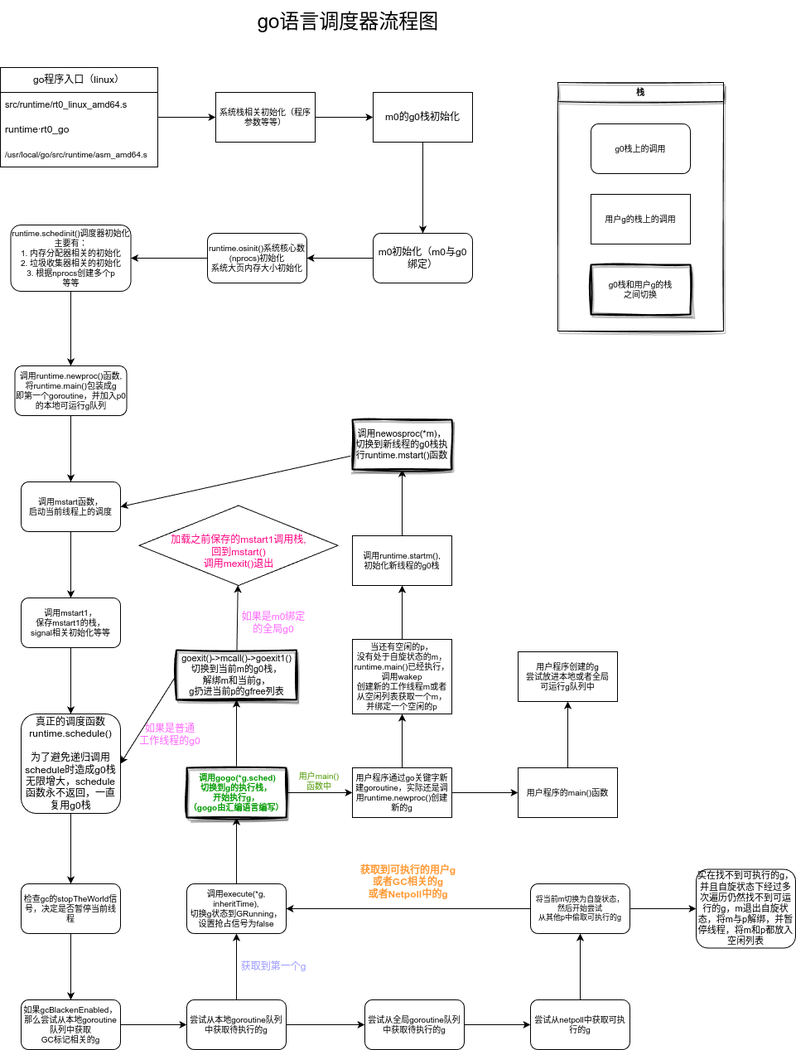
Above: go_sched.png in moqsien/img_repo (draw.io), before the change. Source tidied: cells renumbered, new cells last; positions are measured from the earlier drawing's top-left corner, leaving out a move shared by most shapes.
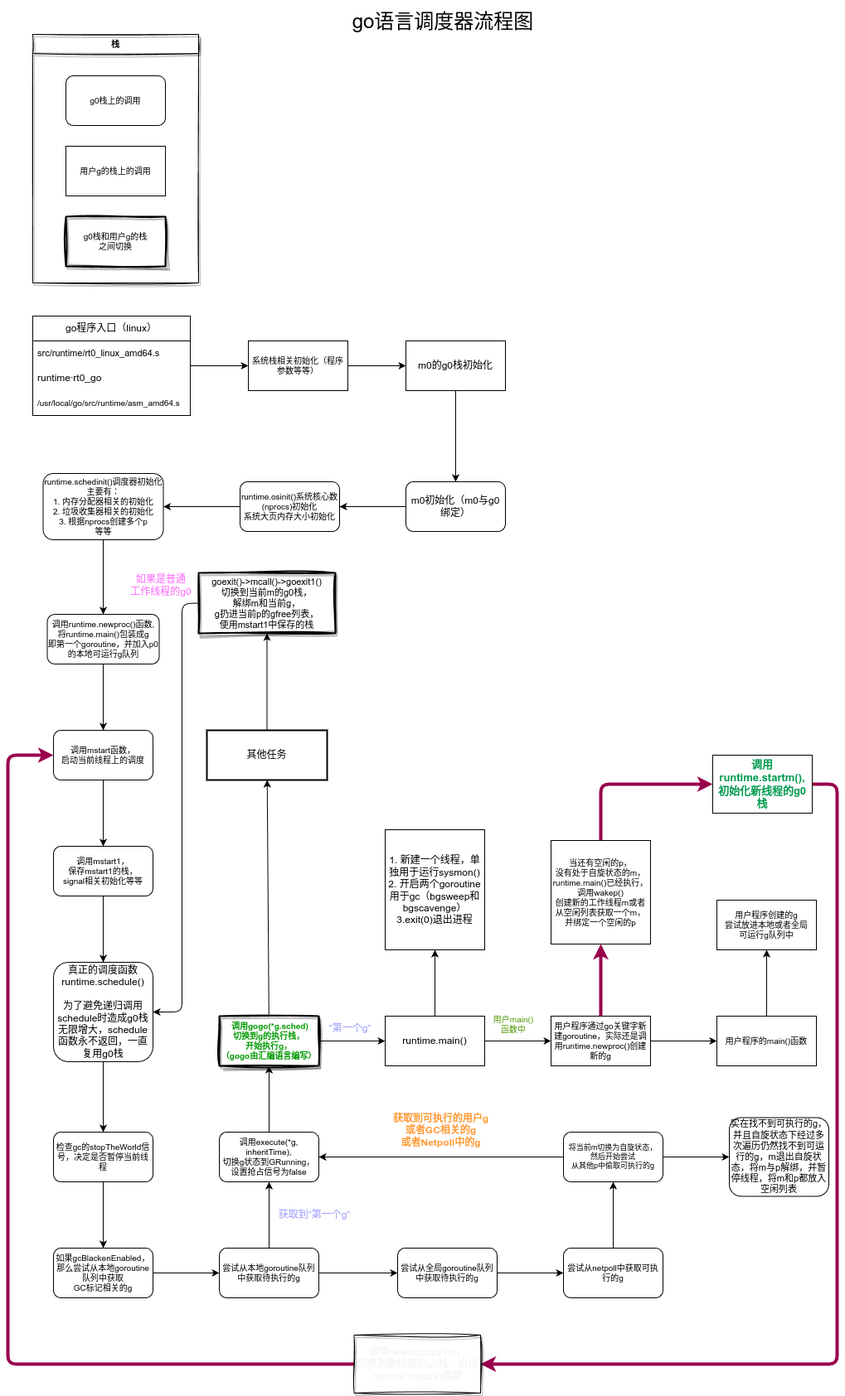
The same file after the commit.

The edit, as a diff of the source:
```diff
@@ -89,8 +89,8 @@
     <mxCell id="30" value="&lt;font style=&quot;font-size: 10px;&quot;&gt;&amp;nbsp;调用gogo(*g.sched)&lt;br style=&quot;font-size: 10px;&quot;&gt;切换到g的执行栈，&lt;br style=&quot;font-size: 10px;&quot;&gt;开始执行g，&lt;br style=&quot;font-size: 10px;&quot;&gt;（gogo由汇编语言编写）&lt;br style=&quot;font-size: 10px;&quot;&gt;&lt;/font&gt;" style="whiteSpace=wrap;html=1;fontSize=10;fontStyle=1;startSize=30;rounded=0;glass=0;sketch=1;curveFitting=1;jiggle=2;shadow=1;strokeWidth=2;fontColor=#009900;" parent="1" vertex="1">
       <mxGeometry x="225" y="925" width="120" height="60" as="geometry" />
     </mxCell>
-    <mxCell id="31" value="&lt;font style=&quot;font-size: 12px;&quot;&gt;获取到第一个g&lt;/font&gt;" style="text;html=1;strokeColor=none;fillColor=none;align=center;verticalAlign=middle;whiteSpace=wrap;rounded=0;fontSize=9;fontColor=#9999FF;" parent="1" vertex="1">
-      <mxGeometry x="280" y="1150" width="100" height="30" as="geometry" />
+    <mxCell id="31" value="&lt;font style=&quot;font-size: 12px;&quot;&gt;获取到“第一个g”&lt;/font&gt;" style="text;html=1;strokeColor=none;fillColor=none;align=center;verticalAlign=middle;whiteSpace=wrap;rounded=0;fontSize=9;fontColor=#9999FF;" parent="1" vertex="1">
+      <mxGeometry x="290" y="1150" width="100" height="30" as="geometry" />
     </mxCell>
     <mxCell id="32" value="&lt;font&gt;获取到可执行的用户g&lt;br&gt;或者GC相关的g&lt;br&gt;或者Netpoll中的g&lt;/font&gt;" style="text;html=1;strokeColor=none;fillColor=none;align=center;verticalAlign=middle;whiteSpace=wrap;rounded=0;fontSize=12;fontColor=#FF9933;fontStyle=1;" parent="1" vertex="1">
       <mxGeometry x="425" y="1040" width="135" height="46" as="geometry" />
@@ -116,47 +116,26 @@
     <mxCell id="39" style="edgeStyle=none;html=1;fontSize=11;" parent="1" edge="1" source="41" target="43">
       <mxGeometry relative="1" as="geometry" />
     </mxCell>
-    <mxCell id="40" style="edgeStyle=none;html=1;fontSize=11;" parent="1" edge="1" source="41" target="46">
-      <mxGeometry relative="1" as="geometry" />
-    </mxCell>
+    <mxCell id="71" style="edgeStyle=orthogonalEdgeStyle;html=1;fontSize=12;fontColor=#4D9900;" parent="1" edge="1" source="41" target="81">
+      <mxGeometry relative="1" as="geometry" />
+    </mxCell>
-    <mxCell id="41" value="&lt;span style=&quot;font-size: 10px;&quot;&gt;用户程序通过go关键字新建goroutine，实际还是调用runtime.newproc()创建新的g&lt;/span&gt;" style="whiteSpace=wrap;html=1;fontSize=7;fontStyle=0;startSize=30;" parent="1" vertex="1">
+    <mxCell id="41" value="&lt;font style=&quot;font-size: 12px;&quot;&gt;runtime.main()&lt;/font&gt;" style="whiteSpace=wrap;html=1;fontSize=7;fontStyle=0;startSize=30;" parent="1" vertex="1">
       <mxGeometry x="425" y="925" width="120" height="60" as="geometry" />
     </mxCell>
-    <mxCell id="42" style="edgeStyle=none;html=1;fontSize=11;" parent="1" edge="1" source="43" target="44">
-      <mxGeometry relative="1" as="geometry" />
-    </mxCell>
+    <mxCell id="72" style="edgeStyle=orthogonalEdgeStyle;html=1;fontSize=12;fontColor=#4D9900;" parent="1" edge="1" source="43" target="78">
+      <mxGeometry relative="1" as="geometry" />
+    </mxCell>
+    <mxCell id="73" style="edgeStyle=orthogonalEdgeStyle;html=1;fontSize=12;fontColor=#4D9900;strokeColor=#99004D;strokeWidth=4;" parent="1" edge="1" source="43" target="80">
+      <mxGeometry relative="1" as="geometry" />
+    </mxCell>
-    <mxCell id="43" value="&lt;span style=&quot;font-size: 10px;&quot;&gt;用户程序的main()函数&lt;/span&gt;" style="whiteSpace=wrap;html=1;fontSize=7;fontStyle=0;startSize=30;" parent="1" vertex="1">
+    <mxCell id="43" value="&lt;span style=&quot;font-size: 10px;&quot;&gt;用户程序通过go关键字新建goroutine，实际还是调用runtime.newproc()创建新的g&lt;/span&gt;" style="whiteSpace=wrap;html=1;fontSize=7;fontStyle=0;startSize=30;" parent="1" vertex="1">
       <mxGeometry x="625" y="925" width="120" height="60" as="geometry" />
     </mxCell>
-    <mxCell id="44" value="&lt;span style=&quot;font-size: 10px;&quot;&gt;用户程序创建的g&lt;/span&gt;&lt;br style=&quot;font-size: 10px;&quot;&gt;&lt;span style=&quot;font-size: 10px;&quot;&gt;尝试放进&lt;/span&gt;&lt;span style=&quot;font-size: 10px;&quot;&gt;本地或者全局&lt;br&gt;可运行g队列中&lt;/span&gt;" style="whiteSpace=wrap;html=1;fontSize=7;fontStyle=0;startSize=30;" parent="1" vertex="1">
-      <mxGeometry x="625" y="785" width="120" height="60" as="geometry" />
-    </mxCell>
-    <mxCell id="45" style="edgeStyle=none;html=1;fontSize=11;" parent="1" edge="1" source="46" target="48">
-      <mxGeometry relative="1" as="geometry" />
-    </mxCell>
-    <mxCell id="46" value="&lt;font style=&quot;font-size: 10px;&quot;&gt;当还有空闲的p，&lt;br style=&quot;&quot;&gt;没有处于自旋状态的m，&lt;br style=&quot;&quot;&gt;runtime.main()已经执行，&lt;br style=&quot;&quot;&gt;调用wakep&lt;br&gt;创建新的工作线程m或者从空闲列表获取一个m，并绑定一个空闲的p&lt;/font&gt;" style="whiteSpace=wrap;html=1;fontSize=7;fontStyle=0;startSize=30;" parent="1" vertex="1">
-      <mxGeometry x="425" y="770" width="120" height="90" as="geometry" />
-    </mxCell>
-    <mxCell id="47" style="edgeStyle=none;html=1;fontSize=11;" parent="1" edge="1" source="48" target="50">
-      <mxGeometry relative="1" as="geometry" />
-    </mxCell>
-    <mxCell id="48" value="&lt;span style=&quot;font-size: 10px;&quot;&gt;调用runtime.startm(),&lt;/span&gt;&lt;br style=&quot;font-size: 10px;&quot;&gt;&lt;span style=&quot;font-size: 10px;&quot;&gt;初始化新线程的g0栈&lt;/span&gt;" style="whiteSpace=wrap;html=1;fontSize=7;fontStyle=0;startSize=30;" parent="1" vertex="1">
-      <mxGeometry x="425" y="645" width="120" height="60" as="geometry" />
-    </mxCell>
-    <mxCell id="49" style="edgeStyle=none;html=1;entryX=1;entryY=0.5;entryDx=0;entryDy=0;fontSize=11;" parent="1" edge="1" source="50" target="12">
-      <mxGeometry relative="1" as="geometry" />
-    </mxCell>
-    <mxCell id="50" value="&lt;span style=&quot;font-size: 11px;&quot;&gt;调用newosproc(*m)，&lt;/span&gt;&lt;br style=&quot;font-size: 11px;&quot;&gt;&lt;span style=&quot;font-size: 11px;&quot;&gt;切换到新线程的g0栈执行runtime.mstart()函数&lt;/span&gt;" style="whiteSpace=wrap;html=1;fontSize=7;fontStyle=0;startSize=30;sketch=1;curveFitting=1;jiggle=2;shadow=1;strokeWidth=2;" parent="1" vertex="1">
-      <mxGeometry x="425" y="505" width="120" height="60" as="geometry" />
-    </mxCell>
-    <mxCell id="51" style="edgeStyle=none;html=1;exitX=0;exitY=0.5;exitDx=0;exitDy=0;entryX=1;entryY=0.5;entryDx=0;entryDy=0;fontSize=10;" parent="1" edge="1" source="53" target="16">
-      <mxGeometry relative="1" as="geometry" />
-    </mxCell>
-    <mxCell id="52" style="edgeStyle=none;html=1;fontSize=10;" parent="1" edge="1" source="53" target="66">
-      <mxGeometry relative="1" as="geometry" />
-    </mxCell>
+    <mxCell id="74" style="edgeStyle=none;html=1;fontSize=12;fontColor=#4D9900;" parent="1" edge="1" source="53" target="76">
+      <mxGeometry relative="1" as="geometry" />
+    </mxCell>
-    <mxCell id="53" value="&lt;font style=&quot;&quot;&gt;&lt;font style=&quot;font-size: 11px;&quot;&gt;goexit()-&amp;gt;mcall()-&amp;gt;goexit1()&lt;br&gt;切换到当前m的g0栈，&lt;br&gt;解绑m和当前g，&lt;br&gt;g扔进当前p的gfree列表&lt;/font&gt;&lt;br&gt;&lt;/font&gt;" style="whiteSpace=wrap;html=1;fontSize=7;fontStyle=0;startSize=30;rounded=0;sketch=1;curveFitting=1;jiggle=2;shadow=1;strokeWidth=2;" parent="1" vertex="1">
-      <mxGeometry x="212.5" y="783" width="145" height="60" as="geometry" />
+    <mxCell id="53" value="&lt;font style=&quot;&quot;&gt;&lt;span style=&quot;font-size: 12px;&quot;&gt;其他任务&lt;/span&gt;&lt;br&gt;&lt;/font&gt;" style="whiteSpace=wrap;html=1;fontSize=7;fontStyle=0;startSize=30;rounded=0;shadow=0;strokeWidth=2;" parent="1" vertex="1">
+      <mxGeometry x="210" y="580" width="145" height="60" as="geometry" />
     </mxCell>
     <mxCell id="54" style="edgeStyle=none;html=1;entryX=1;entryY=0.5;entryDx=0;entryDy=0;fontSize=10;" parent="1" edge="1" source="55" target="8">
       <mxGeometry relative="1" as="geometry" />
@@ -183,7 +162,7 @@
       <mxGeometry x="260" y="110" width="120" height="60" as="geometry" />
     </mxCell>
     <mxCell id="62" value="栈" style="swimlane;whiteSpace=wrap;html=1;rounded=0;shadow=1;glass=0;sketch=1;fontSize=10;" parent="1" vertex="1">
-      <mxGeometry x="673" y="98" width="200" height="300" as="geometry" />
+      <mxGeometry y="-260" width="200" height="300" as="geometry" />
     </mxCell>
     <mxCell id="63" value="g0栈上的调用" style="rounded=1;whiteSpace=wrap;html=1;shadow=0;glass=0;fontSize=10;" parent="62" vertex="1">
       <mxGeometry x="40" y="50" width="120" height="60" as="geometry" />
@@ -194,20 +173,69 @@
     <mxCell id="65" value="g0栈和用户g的栈&lt;br&gt;之间切换" style="rounded=0;whiteSpace=wrap;html=1;shadow=1;glass=0;fontSize=10;sketch=1;curveFitting=1;jiggle=2;strokeWidth=2;" parent="62" vertex="1">
       <mxGeometry x="40" y="220" width="120" height="60" as="geometry" />
     </mxCell>
-    <mxCell id="66" value="&lt;font style=&quot;font-size: 12px;&quot;&gt;&lt;br&gt;加载之前保存的mstart1调用栈,&lt;br&gt;回到mstart()&lt;br&gt;调用mexit()退出&lt;/font&gt;" style="rhombus;whiteSpace=wrap;html=1;fontSize=7;fontStyle=0;startSize=30;rounded=0;shadow=0;fontColor=#FF0080;" parent="1" vertex="1">
-      <mxGeometry x="167.5" y="608.5" width="240" height="96.5" as="geometry" />
-    </mxCell>
-    <mxCell id="67" value="如果是m0绑定&lt;br&gt;的全局g0" style="text;html=1;strokeColor=none;fillColor=none;align=center;verticalAlign=middle;whiteSpace=wrap;rounded=0;shadow=1;glass=0;sketch=1;fontSize=12;fontColor=#FF66FF;" parent="1" vertex="1">
-      <mxGeometry x="256.2" y="729" width="147.5" height="41" as="geometry" />
-    </mxCell>
     <mxCell id="68" value="&lt;font color=&quot;#ff66ff&quot;&gt;如果是普通&lt;br&gt;工作线程的g0&lt;/font&gt;" style="text;html=1;align=center;verticalAlign=middle;whiteSpace=wrap;rounded=0;shadow=1;glass=0;sketch=1;fontSize=12;fontColor=#3333FF;" parent="1" vertex="1">
-      <mxGeometry x="160" y="870" width="90" height="30" as="geometry" />
+      <mxGeometry x="110" y="390" width="90" height="30" as="geometry" />
     </mxCell>
     <mxCell id="69" value="&lt;font style=&quot;font-size: 24px;&quot;&gt;go语言调度器流程图&lt;/font&gt;" style="text;html=1;strokeColor=none;fillColor=none;align=center;verticalAlign=middle;whiteSpace=wrap;rounded=0;shadow=0;glass=0;sketch=0;strokeWidth=2;fontSize=11;" parent="1" vertex="1">
-      <mxGeometry x="270" width="300" height="50" as="geometry" />
+      <mxGeometry x="345" y="-300" width="300" height="50" as="geometry" />
     </mxCell>
     <mxCell id="70" value="用户main()&lt;br&gt;函数中" style="text;html=1;strokeColor=none;fillColor=none;align=center;verticalAlign=middle;whiteSpace=wrap;rounded=0;shadow=0;sketch=0;fontSize=10;fontColor=#4D9900;" parent="1" vertex="1">
-      <mxGeometry x="345" y="926" width="80" height="30" as="geometry" />
+      <mxGeometry x="540" y="920" width="80" height="30" as="geometry" />
     </mxCell>
+    <mxCell id="75" style="edgeStyle=none;html=1;exitX=0;exitY=0.5;exitDx=0;exitDy=0;entryX=1;entryY=0.5;entryDx=0;entryDy=0;fontSize=12;fontColor=#4D9900;" parent="1" edge="1" source="76" target="16">
+      <mxGeometry relative="1" as="geometry">
+        <Array as="points">
+          <mxPoint x="180" y="427" />
+          <mxPoint x="180" y="870" />
+          <mxPoint x="180" y="920" />
+        </Array>
+      </mxGeometry>
+    </mxCell>
+    <mxCell id="76" value="&lt;span style=&quot;font-size: 11px;&quot;&gt;goexit()-&amp;gt;mcall()-&amp;gt;goexit1()&lt;/span&gt;&lt;br style=&quot;font-size: 11px;&quot;&gt;&lt;span style=&quot;font-size: 11px;&quot;&gt;切换到当前m的g0栈，&lt;/span&gt;&lt;br style=&quot;font-size: 11px;&quot;&gt;&lt;span style=&quot;font-size: 11px;&quot;&gt;解绑m和当前g，&lt;/span&gt;&lt;br style=&quot;font-size: 11px;&quot;&gt;&lt;span style=&quot;font-size: 11px;&quot;&gt;g扔进当前p的gfree列表，&lt;br&gt;使用mstart1中保存的栈&lt;br&gt;&lt;/span&gt;" style="whiteSpace=wrap;html=1;fontSize=7;fontStyle=0;startSize=30;rounded=0;sketch=1;curveFitting=1;jiggle=2;shadow=1;strokeWidth=2;" parent="1" vertex="1">
+      <mxGeometry x="200" y="390" width="165" height="73" as="geometry" />
+    </mxCell>
+    <mxCell id="77" style="edgeStyle=orthogonalEdgeStyle;html=1;fontSize=12;fontColor=#4D9900;" parent="1" edge="1" source="78" target="44">
+      <mxGeometry relative="1" as="geometry" />
+    </mxCell>
+    <mxCell id="78" value="&lt;span style=&quot;font-size: 10px;&quot;&gt;用户程序的main()函数&lt;/span&gt;" style="whiteSpace=wrap;html=1;fontSize=7;fontStyle=0;startSize=30;" parent="1" vertex="1">
+      <mxGeometry x="825" y="925" width="120" height="60" as="geometry" />
+    </mxCell>
+    <mxCell id="44" value="&lt;span style=&quot;font-size: 10px;&quot;&gt;用户程序创建的g&lt;/span&gt;&lt;br style=&quot;font-size: 10px;&quot;&gt;&lt;span style=&quot;font-size: 10px;&quot;&gt;尝试放进&lt;/span&gt;&lt;span style=&quot;font-size: 10px;&quot;&gt;本地或者全局&lt;br&gt;可运行g队列中&lt;/span&gt;" style="whiteSpace=wrap;html=1;fontSize=7;fontStyle=0;startSize=30;" parent="1" vertex="1">
+      <mxGeometry x="825" y="785" width="120" height="60" as="geometry" />
+    </mxCell>
+    <mxCell id="79" style="edgeStyle=orthogonalEdgeStyle;html=1;fontSize=12;fontColor=#4D9900;strokeColor=#99004D;strokeWidth=4;entryX=0;entryY=0.5;entryDx=0;entryDy=0;exitX=0.5;exitY=0;exitDx=0;exitDy=0;" parent="1" edge="1" source="80" target="48">
+      <mxGeometry relative="1" as="geometry" />
+    </mxCell>
+    <mxCell id="80" value="&lt;span style=&quot;font-size: 10px;&quot;&gt;当还有空闲的p，&lt;/span&gt;&lt;br style=&quot;font-size: 10px;&quot;&gt;&lt;span style=&quot;font-size: 10px;&quot;&gt;没有处于自旋状态的m，&lt;/span&gt;&lt;br style=&quot;font-size: 10px;&quot;&gt;&lt;span style=&quot;font-size: 10px;&quot;&gt;runtime.main()已经执行，&lt;/span&gt;&lt;br style=&quot;font-size: 10px;&quot;&gt;&lt;span style=&quot;font-size: 10px;&quot;&gt;调用wakep()&lt;/span&gt;&lt;br style=&quot;font-size: 10px;&quot;&gt;&lt;span style=&quot;font-size: 10px;&quot;&gt;创建新的工作线程m或者从空闲列表获取一个m，并绑定一个空闲的p&lt;/span&gt;" style="whiteSpace=wrap;html=1;fontSize=7;fontStyle=0;startSize=30;" parent="1" vertex="1">
+      <mxGeometry x="625" y="713" width="120" height="125" as="geometry" />
+    </mxCell>
+    <mxCell id="81" value="&lt;font style=&quot;font-size: 12px;&quot;&gt;1. 新建一个线程，单独用于运行sysmon()&lt;br&gt;2. 开启两个goroutine用于gc（bgsweep和bgscavenge）&lt;br&gt;3.exit(0)退出进程&lt;br&gt;&lt;/font&gt;" style="whiteSpace=wrap;html=1;fontSize=7;fontStyle=0;startSize=30;" parent="1" vertex="1">
+      <mxGeometry x="425" y="700" width="120" height="145" as="geometry" />
+    </mxCell>
+    <mxCell id="82" value="&lt;span style=&quot;color: rgb(153, 153, 255);&quot;&gt;“&lt;/span&gt;&lt;span style=&quot;color: rgb(153, 153, 255);&quot;&gt;第一个g&lt;/span&gt;&lt;span style=&quot;color: rgb(153, 153, 255);&quot;&gt;”&lt;/span&gt;" style="text;html=1;strokeColor=none;fillColor=none;align=center;verticalAlign=middle;whiteSpace=wrap;rounded=0;shadow=0;sketch=0;fontSize=12;fontColor=#4D9900;" parent="1" vertex="1">
+      <mxGeometry x="353" y="925" width="60" height="30" as="geometry" />
+    </mxCell>
+    <mxCell id="83" style="edgeStyle=orthogonalEdgeStyle;html=1;strokeColor=#99004D;strokeWidth=4;fontSize=12;fontColor=#4D9900;" parent="1" edge="1" source="48" target="85">
+      <mxGeometry relative="1" as="geometry">
+        <Array as="points">
+          <mxPoint x="970" y="645" />
+          <mxPoint x="970" y="1345" />
+        </Array>
+      </mxGeometry>
+    </mxCell>
+    <mxCell id="48" value="&lt;font style=&quot;font-size: 13px;&quot; color=&quot;#00994d&quot;&gt;&lt;b&gt;&lt;span style=&quot;&quot;&gt;调用runtime.startm(),&lt;/span&gt;&lt;br style=&quot;&quot;&gt;&lt;span style=&quot;&quot;&gt;初始化新线程的g0栈&lt;/span&gt;&lt;/b&gt;&lt;/font&gt;" style="rounded=0;whiteSpace=wrap;html=1;shadow=0;sketch=0;fontSize=12;fillColor=none;" parent="1" vertex="1">
+      <mxGeometry x="820" y="610" width="120" height="70" as="geometry" />
+    </mxCell>
+    <mxCell id="84" style="edgeStyle=orthogonalEdgeStyle;html=1;entryX=0;entryY=0.5;entryDx=0;entryDy=0;strokeColor=#99004D;strokeWidth=4;fontSize=12;fontColor=#4D9900;exitX=0;exitY=0.5;exitDx=0;exitDy=0;" parent="1" edge="1" source="85" target="12">
+      <mxGeometry relative="1" as="geometry">
+        <Array as="points">
+          <mxPoint x="-30" y="1345" />
+          <mxPoint x="-30" y="610" />
+        </Array>
+      </mxGeometry>
+    </mxCell>
+    <mxCell id="85" value="&lt;font style=&quot;font-size: 12px;&quot;&gt;&lt;span style=&quot;color: rgb(240, 240, 240);&quot;&gt;调用newosproc(*m)，&lt;/span&gt;&lt;br style=&quot;color: rgb(240, 240, 240);&quot;&gt;&lt;span style=&quot;color: rgb(240, 240, 240);&quot;&gt;切换到新线程的g0栈，执行runtime.mstart()函数&lt;/span&gt;&lt;/font&gt;" style="whiteSpace=wrap;html=1;rounded=0;shadow=1;sketch=1;curveFitting=1;jiggle=2;fillColor=none;" parent="1" vertex="1">
+      <mxGeometry x="387.5" y="1310" width="152.5" height="70" as="geometry" />
+    </mxCell>
   </root>
 </mxGraphModel>
```
